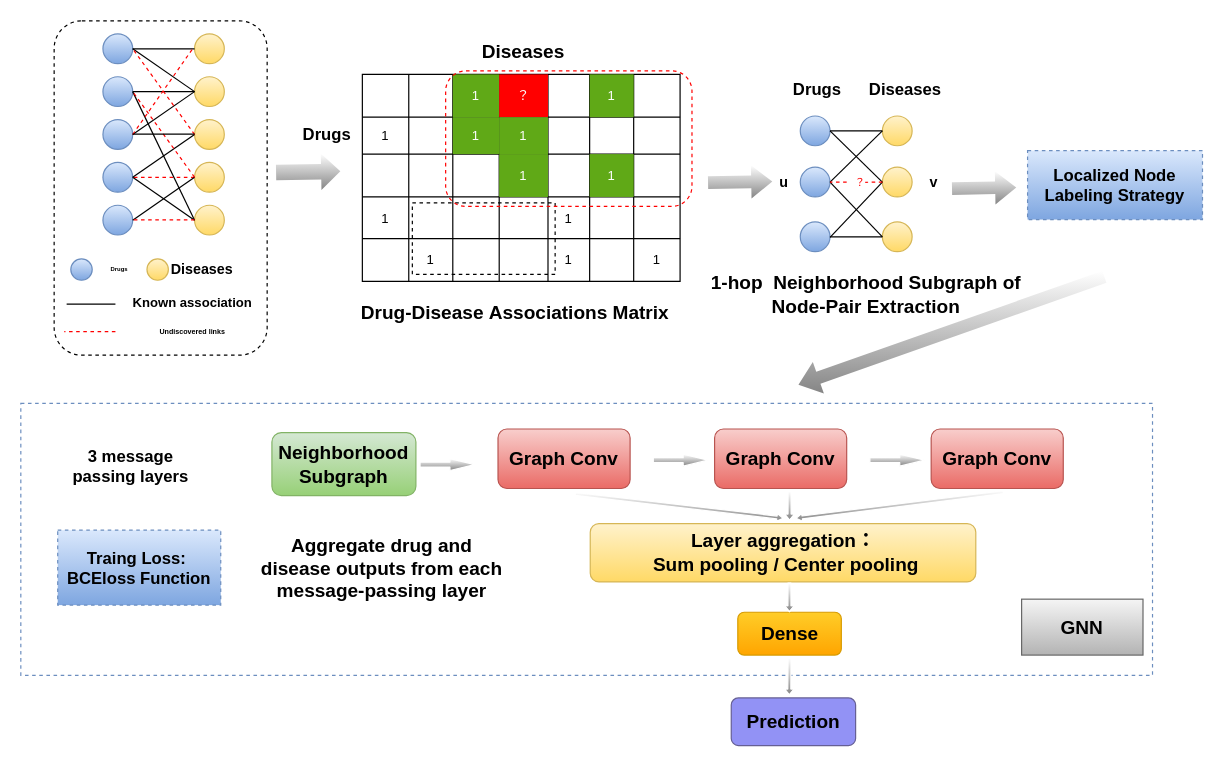
Above: 未命名绘图.drawio in nanfengk/hello-world (draw.io), before the change. Source tidied: cells renumbered, new cells numbered last; positions are measured from the earlier drawing's top-left corner, leaving out a move shared by most shapes. Both pictures are drawn from the tidied source at 119%, with x=0, y=0 at pixel (20, 20).
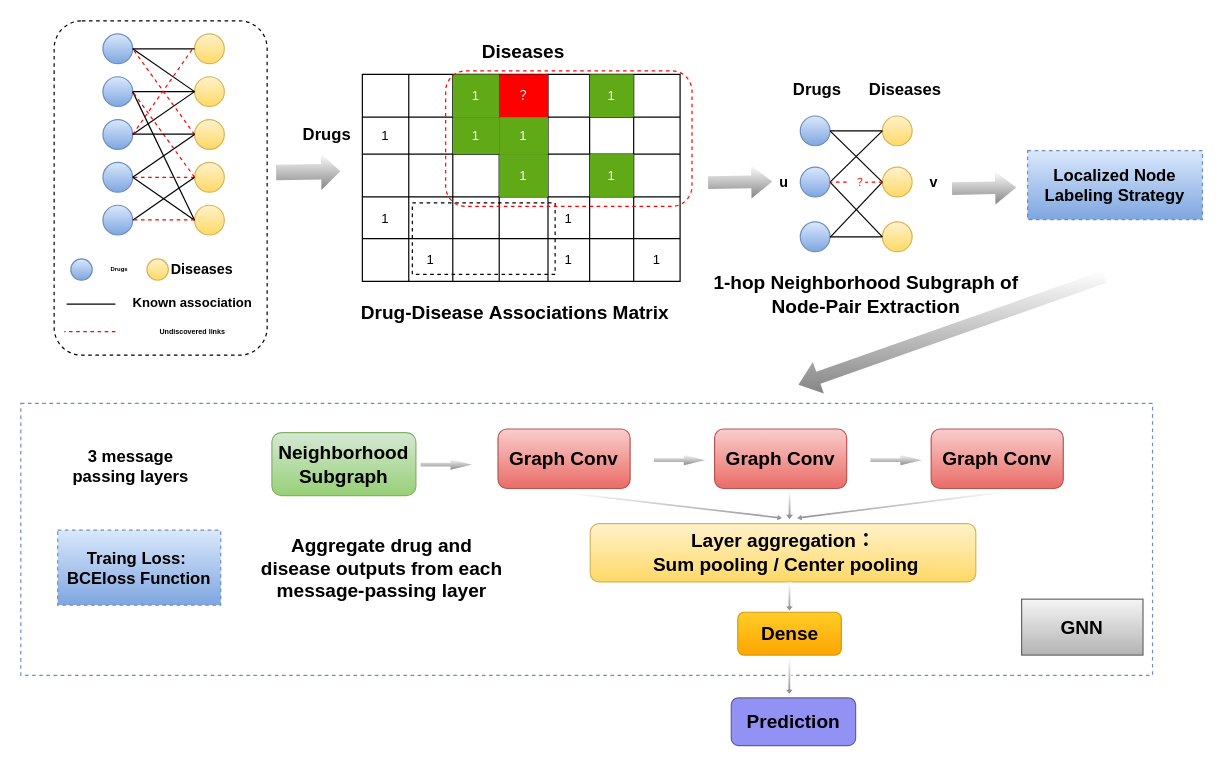
Above is the later version.

Commit message:
更新未命名绘图.drawio

Diff of the diagram source:
```diff
@@
-    <mxCell id="101" value="&lt;b&gt;&lt;font style=&quot;font-size: 16px&quot;&gt;&lt;font color=&quot;#000000&quot;&gt;1-hop&amp;nbsp;&amp;nbsp;&lt;/font&gt;&lt;span style=&quot;color: rgb(0 , 0 , 0)&quot;&gt;Neighborhood Subgraph of &lt;br&gt;Node-Pair Extraction&lt;/span&gt;&lt;/font&gt;&lt;/b&gt;&lt;font color=&quot;#000000&quot;&gt;&lt;br&gt;&lt;/font&gt;" style="text;html=1;align=center;verticalAlign=middle;strokeColor=none;fillColor=none;fontSize=9;fontColor=#FF0000;" parent="1" vertex="1">
-      <mxGeometry x="575" y="216" width="270" height="28" as="geometry" />
+    <mxCell id="101" value="&lt;b&gt;&lt;font style=&quot;font-size: 16px&quot;&gt;&lt;font color=&quot;#000000&quot;&gt;1-hop&amp;nbsp;&lt;/font&gt;&lt;span style=&quot;color: rgb(0 , 0 , 0)&quot;&gt;Neighborhood Subgraph of &lt;br&gt;Node-Pair Extraction&lt;/span&gt;&lt;/font&gt;&lt;/b&gt;&lt;font color=&quot;#000000&quot;&gt;&lt;br&gt;&lt;/font&gt;" style="text;html=1;align=center;verticalAlign=middle;strokeColor=none;fillColor=none;fontSize=9;fontColor=#FF0000;" parent="1" vertex="1">
+      <mxGeometry x="577" y="216" width="266" height="28" as="geometry" />
     </mxCell>
```
